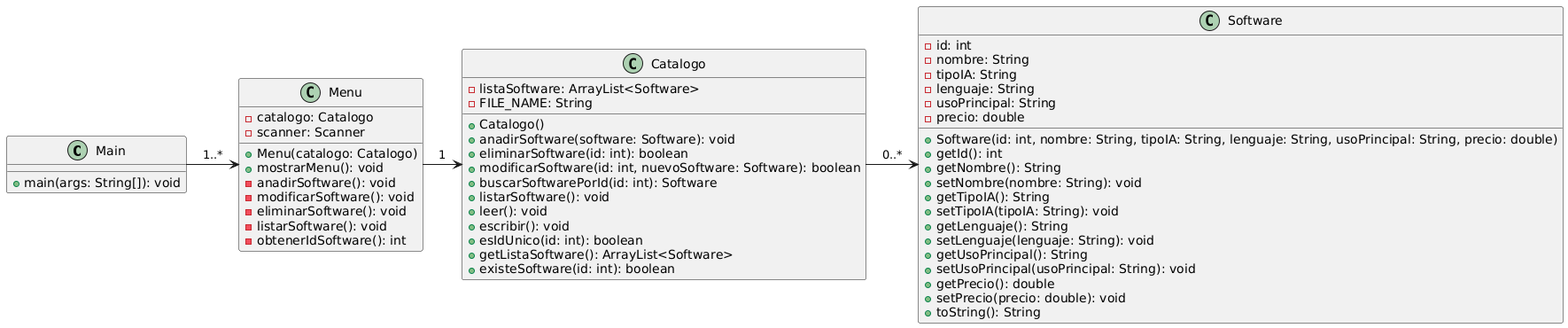
Mgonzalo11/Programacion-I keeps this PlantUML diagram as Primer Semestre/Practica_Final/DiagramaUML.png. Above is the earlier version.
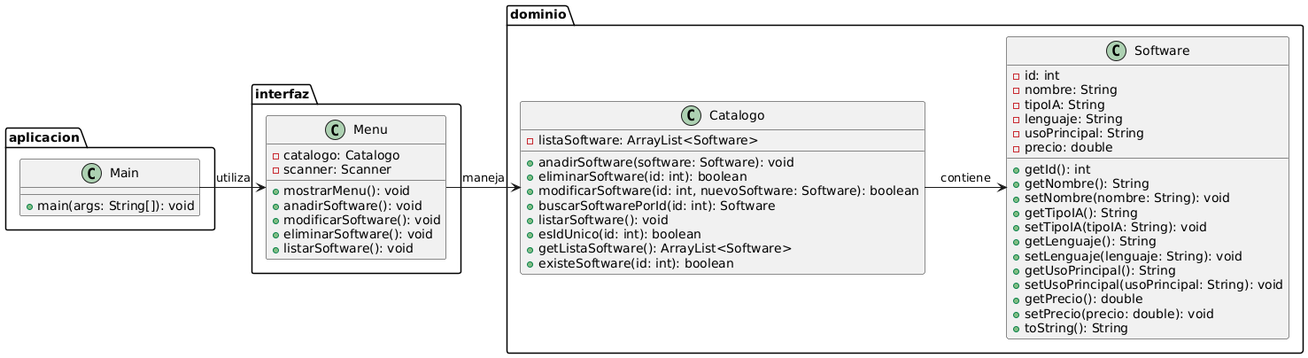
Above is the later version.

The edit, as a diff of the source:
```diff
@@ -1,59 +1,58 @@
 @startuml
-class Main {
-    +main(args: String[]): void
+package aplicacion {
+    class Main {
+        +main(args: String[]): void
+    }
 }
 
-class Software {
-    -id: int
-    -nombre: String
-    -tipoIA: String
-    -lenguaje: String
-    -usoPrincipal: String
-    -precio: double
-    +Software(id: int, nombre: String, tipoIA: String, lenguaje: String, usoPrincipal: String, precio: double)
-    +getId(): int
-    +getNombre(): String
-    +setNombre(nombre: String): void
-    +getTipoIA(): String
-    +setTipoIA(tipoIA: String): void
-    +getLenguaje(): String
-    +setLenguaje(lenguaje: String): void
-    +getUsoPrincipal(): String
-    +setUsoPrincipal(usoPrincipal: String): void
-    +getPrecio(): double
-    +setPrecio(precio: double): void
-    +toString(): String
+package interfaz {
+    class Menu {
+        -catalogo: Catalogo
+        -scanner: Scanner
+        +mostrarMenu(): void
+        +anadirSoftware(): void
+        +modificarSoftware(): void
+        +eliminarSoftware(): void
+        +listarSoftware(): void
+    }
 }
 
-class Catalogo {
-    -listaSoftware: ArrayList<Software>
-    -FILE_NAME: String
-    +Catalogo()
-    +anadirSoftware(software: Software): void
-    +eliminarSoftware(id: int): boolean
-    +modificarSoftware(id: int, nuevoSoftware: Software): boolean
-    +buscarSoftwarePorId(id: int): Software
-    +listarSoftware(): void
-    +leer(): void
-    +escribir(): void
-    +esIdUnico(id: int): boolean
-    +getListaSoftware(): ArrayList<Software>
-    +existeSoftware(id: int): boolean
+package dominio {
+    class Catalogo {
+        -listaSoftware: ArrayList<Software>
+        +anadirSoftware(software: Software): void
+        +eliminarSoftware(id: int): boolean
+        +modificarSoftware(id: int, nuevoSoftware: Software): boolean
+        +buscarSoftwarePorId(id: int): Software
+        +listarSoftware(): void
+        +esIdUnico(id: int): boolean
+        +getListaSoftware(): ArrayList<Software>
+        +existeSoftware(id: int): boolean
+    }
+
+    class Software {
+        -id: int
+        -nombre: String
+        -tipoIA: String
+        -lenguaje: String
+        -usoPrincipal: String
+        -precio: double
+        +getId(): int
+        +getNombre(): String
+        +setNombre(nombre: String): void
+        +getTipoIA(): String
+        +setTipoIA(tipoIA: String): void
+        +getLenguaje(): String
+        +setLenguaje(lenguaje: String): void
+        +getUsoPrincipal(): String
+        +setUsoPrincipal(usoPrincipal: String): void
+        +getPrecio(): double
+        +setPrecio(precio: double): void
+        +toString(): String
+    }
 }
 
-class Menu {
-    -catalogo: Catalogo
-    -scanner: Scanner
-    +Menu(catalogo: Catalogo)
-    +mostrarMenu(): void
-    -anadirSoftware(): void
-    -modificarSoftware(): void
-    -eliminarSoftware(): void
-    -listarSoftware(): void
-    -obtenerIdSoftware(): int
-}
-
-Main -> Menu : "1..*"
-Menu -> Catalogo : "1"
-Catalogo -> Software : "0..*"
+Main -> Menu : utiliza
+Menu -> Catalogo : maneja
+Catalogo -> Software : contiene
 @enduml
```
